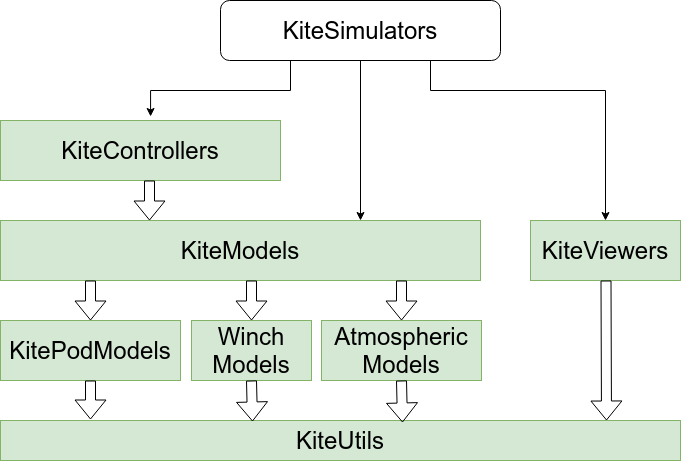
This is docs/kite_power_tools.png from aenarete/KiteControllers.jl, a draw.io export, as it was before one commit. Source tidied: cells renumbered, new cells last; positions are measured from the earlier drawing's top-left corner, leaving out a move shared by most shapes.
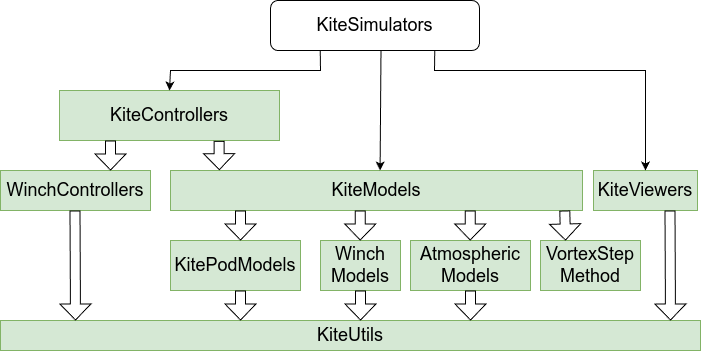
The same file after the commit.

Commit message:
Update package diagram

Change to the diagram source:
```diff
@@ -2,86 +2,118 @@
   <root>
     <mxCell id="0" />
     <mxCell id="1" parent="0" />
-    <mxCell id="2" value="KiteUtils" style="rounded=0;whiteSpace=wrap;html=1;fontSize=24;fillColor=#d5e8d4;strokeColor=#82b366;" parent="1" vertex="1">
-      <mxGeometry y="420" width="680" height="40" as="geometry" />
-    </mxCell>
+    <mxCell id="20" value="KiteSimulators" style="rounded=1;whiteSpace=wrap;html=1;fontSize=18;" parent="1" vertex="1">
+      <mxGeometry x="300" y="110" width="209" height="50" as="geometry" />
+    </mxCell>
+    <mxCell id="10" value="KiteControllers" style="rounded=0;whiteSpace=wrap;html=1;fontSize=18;fillColor=#d5e8d4;strokeColor=#82b366;" parent="1" vertex="1">
+      <mxGeometry x="89" y="200" width="220" height="50" as="geometry" />
+    </mxCell>
+    <mxCell id="9" value="KiteModels" style="rounded=0;whiteSpace=wrap;html=1;fontSize=18;fillColor=#d5e8d4;strokeColor=#82b366;" parent="1" vertex="1">
+      <mxGeometry x="200" y="280" width="412" height="40" as="geometry" />
+    </mxCell>
+    <mxCell id="11" value="&lt;font style=&quot;font-size: 18px;&quot;&gt;KiteViewers&lt;/font&gt;" style="rounded=0;whiteSpace=wrap;html=1;fillColor=#d5e8d4;strokeColor=#82b366;" parent="1" vertex="1">
+      <mxGeometry x="623" y="280" width="104" height="40" as="geometry" />
+    </mxCell>
-    <mxCell id="3" value="KitePodModels" style="rounded=0;whiteSpace=wrap;html=1;fontSize=24;fillColor=#d5e8d4;strokeColor=#82b366;" parent="1" vertex="1">
-      <mxGeometry y="320" width="180" height="60" as="geometry" />
+    <mxCell id="3" value="KitePodModels" style="rounded=0;whiteSpace=wrap;html=1;fontSize=18;fillColor=#d5e8d4;strokeColor=#82b366;" parent="1" vertex="1">
+      <mxGeometry x="200" y="350" width="130" height="50" as="geometry" />
     </mxCell>
-    <mxCell id="4" style="shape=flexArrow;endArrow=classic;html=1;fontSize=24;exitX=0.5;exitY=1;exitDx=0;exitDy=0;" parent="1" edge="1" source="3">
-      <mxGeometry relative="1" as="geometry">
-        <mxPoint x="90" y="419" as="targetPoint" />
-      </mxGeometry>
-    </mxCell>
-    <mxCell id="5" value="Winch&lt;br&gt;Models" style="rounded=0;whiteSpace=wrap;html=1;fontSize=24;fillColor=#d5e8d4;strokeColor=#82b366;" parent="1" vertex="1">
-      <mxGeometry x="191" y="320" width="120" height="60" as="geometry" />
+    <mxCell id="5" value="Winch&lt;br&gt;Models" style="rounded=0;whiteSpace=wrap;html=1;fontSize=18;fillColor=#d5e8d4;strokeColor=#82b366;" parent="1" vertex="1">
+      <mxGeometry x="350" y="350" width="80" height="50" as="geometry" />
     </mxCell>
-    <mxCell id="6" value="Atmospheric&lt;br&gt;Models" style="rounded=0;whiteSpace=wrap;html=1;fontSize=24;fillColor=#d5e8d4;strokeColor=#82b366;" parent="1" vertex="1">
-      <mxGeometry x="321" y="320" width="160" height="60" as="geometry" />
+    <mxCell id="6" value="Atmospheric&lt;br style=&quot;font-size: 18px;&quot;&gt;Models" style="rounded=0;whiteSpace=wrap;html=1;fontSize=18;fillColor=#d5e8d4;strokeColor=#82b366;" parent="1" vertex="1">
+      <mxGeometry x="440" y="350" width="120" height="50" as="geometry" />
     </mxCell>
-    <mxCell id="7" style="shape=flexArrow;endArrow=classic;html=1;fontSize=24;exitX=0.5;exitY=1;exitDx=0;exitDy=0;" parent="1" edge="1" source="5">
-      <mxGeometry relative="1" as="geometry">
-        <mxPoint x="252" y="421" as="targetPoint" />
-      </mxGeometry>
-    </mxCell>
-    <mxCell id="8" style="shape=flexArrow;endArrow=classic;html=1;fontSize=24;exitX=0.5;exitY=1;exitDx=0;exitDy=0;" parent="1" edge="1" source="6">
-      <mxGeometry relative="1" as="geometry">
-        <mxPoint x="402" y="422" as="targetPoint" />
-      </mxGeometry>
-    </mxCell>
-    <mxCell id="9" value="KiteModels" style="rounded=0;whiteSpace=wrap;html=1;fontSize=24;fillColor=#d5e8d4;strokeColor=#82b366;" parent="1" vertex="1">
-      <mxGeometry y="220" width="480" height="60" as="geometry" />
-    </mxCell>
-    <mxCell id="10" value="KiteControllers" style="rounded=0;whiteSpace=wrap;html=1;fontSize=24;fillColor=#d5e8d4;strokeColor=#82b366;" parent="1" vertex="1">
-      <mxGeometry y="120" width="280" height="60" as="geometry" />
-    </mxCell>
-    <mxCell id="11" value="KiteViewers" style="rounded=0;whiteSpace=wrap;html=1;fontSize=24;labelBackgroundColor=none;fillColor=#d5e8d4;strokeColor=#82b366;" parent="1" vertex="1">
-      <mxGeometry x="530" y="220" width="150" height="60" as="geometry" />
-    </mxCell>
-    <mxCell id="12" style="shape=flexArrow;endArrow=classic;html=1;fontSize=24;entryX=0.5;entryY=0;entryDx=0;entryDy=0;" parent="1" edge="1" target="3">
-      <mxGeometry relative="1" as="geometry">
-        <mxPoint x="90" y="280" as="sourcePoint" />
-      </mxGeometry>
-    </mxCell>
-    <mxCell id="13" style="shape=flexArrow;endArrow=classic;html=1;fontSize=24;entryX=0.5;entryY=0;entryDx=0;entryDy=0;" parent="1" edge="1" target="5">
-      <mxGeometry relative="1" as="geometry">
-        <mxPoint x="251" y="280" as="sourcePoint" />
-      </mxGeometry>
-    </mxCell>
-    <mxCell id="14" style="shape=flexArrow;endArrow=classic;html=1;fontSize=24;exitX=0.5;exitY=1;exitDx=0;exitDy=0;" parent="1" edge="1">
-      <mxGeometry relative="1" as="geometry">
-        <mxPoint x="149" y="180" as="sourcePoint" />
-        <mxPoint x="149" y="220" as="targetPoint" />
-      </mxGeometry>
-    </mxCell>
-    <mxCell id="15" style="shape=flexArrow;endArrow=classic;html=1;fontSize=24;" parent="1" edge="1">
-      <mxGeometry relative="1" as="geometry">
-        <mxPoint x="401" y="280" as="sourcePoint" />
-        <mxPoint x="401" y="320" as="targetPoint" />
-      </mxGeometry>
-    </mxCell>
-    <mxCell id="16" style="shape=flexArrow;endArrow=classic;html=1;fontSize=24;" parent="1" edge="1">
-      <mxGeometry relative="1" as="geometry">
-        <mxPoint x="605.5" y="280" as="sourcePoint" />
-        <mxPoint x="606" y="420" as="targetPoint" />
-      </mxGeometry>
-    </mxCell>
+    <mxCell id="2" value="KiteUtils" style="rounded=0;whiteSpace=wrap;html=1;fontSize=18;fillColor=#d5e8d4;strokeColor=#82b366;" parent="1" vertex="1">
+      <mxGeometry x="30" y="430" width="700" height="30" as="geometry" />
+    </mxCell>
+    <mxCell id="21" value="VortexStep&lt;br&gt;Method" style="rounded=0;whiteSpace=wrap;html=1;fontSize=18;fillColor=#d5e8d4;strokeColor=#82b366;" parent="1" vertex="1">
+      <mxGeometry x="570" y="350" width="100" height="50" as="geometry" />
+    </mxCell>
+    <mxCell id="22" style="shape=flexArrow;endArrow=classic;html=1;rounded=0;exitX=0.75;exitY=1;exitDx=0;exitDy=0;endSize=5;" parent="1" edge="1">
+      <mxGeometry relative="1" as="geometry">
+        <mxPoint x="699.5" y="320" as="sourcePoint" />
+        <mxPoint x="700" y="430" as="targetPoint" />
+      </mxGeometry>
+    </mxCell>
+    <mxCell id="23" style="shape=flexArrow;endArrow=classic;html=1;rounded=0;exitX=0.5;exitY=1;exitDx=0;exitDy=0;endSize=5;" parent="1" edge="1" source="6">
+      <mxGeometry relative="1" as="geometry">
+        <mxPoint x="500" y="430" as="targetPoint" />
+      </mxGeometry>
+    </mxCell>
+    <mxCell id="24" style="shape=flexArrow;endArrow=classic;html=1;rounded=0;exitX=0.5;exitY=1;exitDx=0;exitDy=0;endSize=5;" parent="1" edge="1" source="5">
+      <mxGeometry relative="1" as="geometry">
+        <mxPoint x="390" y="430" as="targetPoint" />
+      </mxGeometry>
+    </mxCell>
+    <mxCell id="25" style="shape=flexArrow;endArrow=classic;html=1;rounded=0;entryX=0.25;entryY=0;entryDx=0;entryDy=0;exitX=0.957;exitY=1;exitDx=0;exitDy=0;exitPerimeter=0;endSize=5;" parent="1" edge="1" source="9" target="21">
+      <mxGeometry relative="1" as="geometry" />
+    </mxCell>
+    <mxCell id="19" style="endArrow=classic;html=1;rounded=0;exitX=0.786;exitY=1;exitDx=0;exitDy=0;exitPerimeter=0;entryX=0.5;entryY=0;entryDx=0;entryDy=0;" parent="1" edge="1" source="20" target="11">
+      <mxGeometry relative="1" as="geometry">
+        <Array as="points">
+          <mxPoint x="464" y="180" />
+          <mxPoint x="675" y="180" />
+        </Array>
+      </mxGeometry>
+    </mxCell>
+    <mxCell id="26" style="endArrow=classic;html=1;rounded=0;exitX=0.543;exitY=1.01;exitDx=0;exitDy=0;exitPerimeter=0;entryX=0.516;entryY=0;entryDx=0;entryDy=0;entryPerimeter=0;" parent="1" edge="1">
+      <mxGeometry relative="1" as="geometry">
+        <mxPoint x="410.5" y="160.5" as="sourcePoint" />
+        <mxPoint x="409.6" y="280" as="targetPoint" />
+      </mxGeometry>
+    </mxCell>
+    <mxCell id="27" style="shape=flexArrow;endArrow=classic;html=1;rounded=0;exitX=0.689;exitY=1.007;exitDx=0;exitDy=0;endSize=5;exitPerimeter=0;entryX=0.099;entryY=-0.008;entryDx=0;entryDy=0;entryPerimeter=0;" parent="1" edge="1">
+      <mxGeometry relative="1" as="geometry">
+        <mxPoint x="248.6" y="250.4" as="sourcePoint" />
+        <mxPoint x="248.8" y="279.7" as="targetPoint" />
+      </mxGeometry>
+    </mxCell>
+    <mxCell id="28" style="shape=flexArrow;endArrow=classic;html=1;rounded=0;exitX=0.5;exitY=1;exitDx=0;exitDy=0;endSize=5;" parent="1" edge="1">
+      <mxGeometry relative="1" as="geometry">
+        <mxPoint x="270" y="320" as="sourcePoint" />
+        <mxPoint x="270" y="350" as="targetPoint" />
+      </mxGeometry>
+    </mxCell>
+    <mxCell id="29" style="shape=flexArrow;endArrow=classic;html=1;rounded=0;exitX=0.5;exitY=1;exitDx=0;exitDy=0;endSize=5;" parent="1" edge="1">
+      <mxGeometry relative="1" as="geometry">
+        <mxPoint x="389.8" y="320" as="sourcePoint" />
+        <mxPoint x="389.8" y="350" as="targetPoint" />
+      </mxGeometry>
+    </mxCell>
+    <mxCell id="30" style="shape=flexArrow;endArrow=classic;html=1;rounded=0;exitX=0.5;exitY=1;exitDx=0;exitDy=0;endSize=5;" parent="1" edge="1">
+      <mxGeometry relative="1" as="geometry">
+        <mxPoint x="499.8" y="320" as="sourcePoint" />
+        <mxPoint x="499.8" y="350" as="targetPoint" />
+      </mxGeometry>
+    </mxCell>
+    <mxCell id="31" style="shape=flexArrow;endArrow=classic;html=1;rounded=0;exitX=0.5;exitY=1;exitDx=0;exitDy=0;endSize=5;" parent="1" edge="1">
+      <mxGeometry relative="1" as="geometry">
+        <mxPoint x="270" y="400" as="sourcePoint" />
+        <mxPoint x="270" y="430" as="targetPoint" />
+      </mxGeometry>
+    </mxCell>
+    <mxCell id="32" value="WinchControllers" style="rounded=0;whiteSpace=wrap;html=1;fontSize=18;fillColor=#d5e8d4;strokeColor=#82b366;" parent="1" vertex="1">
+      <mxGeometry x="30" y="280" width="150" height="40" as="geometry" />
+    </mxCell>
+    <mxCell id="33" style="shape=flexArrow;endArrow=classic;html=1;rounded=0;exitX=0.689;exitY=1.007;exitDx=0;exitDy=0;endSize=5;exitPerimeter=0;entryX=0.099;entryY=-0.008;entryDx=0;entryDy=0;entryPerimeter=0;" parent="1" edge="1">
+      <mxGeometry relative="1" as="geometry">
+        <mxPoint x="140" y="250" as="sourcePoint" />
+        <mxPoint x="140" y="280" as="targetPoint" />
+      </mxGeometry>
+    </mxCell>
+    <mxCell id="34" style="shape=flexArrow;endArrow=classic;html=1;rounded=0;exitX=0.75;exitY=1;exitDx=0;exitDy=0;endSize=5;" parent="1" edge="1">
+      <mxGeometry relative="1" as="geometry">
+        <mxPoint x="104.5" y="320" as="sourcePoint" />
+        <mxPoint x="105" y="430" as="targetPoint" />
+      </mxGeometry>
+    </mxCell>
-    <mxCell id="17" style="edgeStyle=orthogonalEdgeStyle;rounded=0;jettySize=auto;html=1;exitX=0.25;exitY=1;exitDx=0;exitDy=0;entryX=0.536;entryY=-0.067;entryDx=0;entryDy=0;entryPerimeter=0;" parent="1" edge="1" source="20" target="10">
-      <mxGeometry relative="1" as="geometry" />
+    <mxCell id="17" style="endArrow=classic;html=1;rounded=0;entryX=0.5;entryY=0;entryDx=0;entryDy=0;exitX=0.238;exitY=0.993;exitDx=0;exitDy=0;jumpStyle=none;exitPerimeter=0;" parent="1" edge="1" source="20" target="10">
+      <mxGeometry relative="1" as="geometry">
+        <Array as="points">
+          <mxPoint x="350" y="180" />
+          <mxPoint x="200" y="180" />
+        </Array>
+      </mxGeometry>
     </mxCell>
-    <mxCell id="18" style="edgeStyle=orthogonalEdgeStyle;rounded=0;jettySize=auto;html=1;exitX=0.5;exitY=1;exitDx=0;exitDy=0;entryX=0.75;entryY=0;entryDx=0;entryDy=0;" parent="1" edge="1" source="20" target="9">
-      <mxGeometry relative="1" as="geometry" />
-    </mxCell>
-    <mxCell id="19" style="edgeStyle=orthogonalEdgeStyle;rounded=0;jettySize=auto;html=1;exitX=0.75;exitY=1;exitDx=0;exitDy=0;entryX=0.5;entryY=0;entryDx=0;entryDy=0;" parent="1" edge="1" source="20" target="11">
-      <mxGeometry relative="1" as="geometry">
-        <Array as="points">
-          <mxPoint x="430" y="90" />
-          <mxPoint x="605" y="90" />
-        </Array>
-      </mxGeometry>
-    </mxCell>
-    <mxCell id="20" value="KiteSimulators" style="rounded=1;whiteSpace=wrap;html=1;fontSize=24;" parent="1" vertex="1">
-      <mxGeometry x="220" width="280" height="60" as="geometry" />
-    </mxCell>
   </root>
 </mxGraphModel>
```
